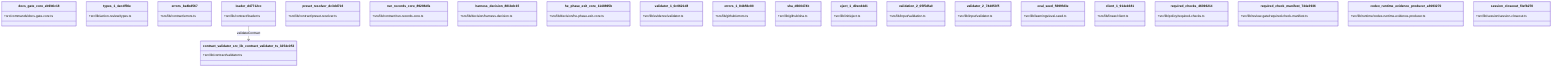
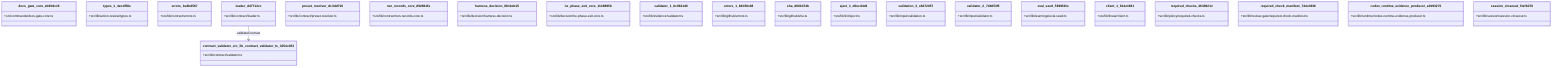
classDiagram
  class docs_gate_core_eb9b6c18 {
    +src/commands/docs-gate-core.ts
  }
  class types_1_4ecdf56e {
    +src/lib/action-review/types.ts
  }
  class errors_be4bd567 {
    +src/lib/contract/errors.ts
  }
  class loader_d47712cc {
    +src/lib/contract/loader.ts
  }
  class preset_resolver_dc3dd716 {
    +src/lib/contract/preset-resolver.ts
  }
  class run_records_core_89286dfa {
    +src/lib/contract/run-records-core.ts
  }
  class harness_decision_881bdc15 {
    +src/lib/decision/harness-decision.ts
  }
  class he_phase_exit_core_1148895b {
    +src/lib/decision/he-phase-exit-core.ts
  }
  class validator_1_0c0621d8 {
    +src/lib/evidence/validator.ts
  }
  class errors_1_84b56c88 {
    +src/lib/github/errors.ts
  }
  class sha_d600474b {
    +src/lib/github/sha.ts
  }
  class eject_1_d0ecd4d1 {
    +src/lib/init/eject.ts
  }
-   class validation_2_05f5dfa0 {
+   class validation_3_e8272057 {
    +src/lib/input/validation.ts
  }
  class validator_2_744853f5 {
    +src/lib/input/validator.ts
  }
  class eval_seed_5699fd3e {
    +src/lib/learnings/eval-seed.ts
  }
  class client_1_914e1681 {
    +src/lib/linear/client.ts
  }
  class required_checks_46396214 {
    +src/lib/policy/required-checks.ts
  }
  class required_check_manifest_744e3936 {
    +src/lib/review-gate/required-check-manifest.ts
  }
  class codex_runtime_evidence_producer_a9193270 {
    +src/lib/runtime/codex-runtime-evidence-producer.ts
  }
  class session_closeout_f3efb270 {
    +src/lib/session/session-closeout.ts
  }
  class contract_validator_src_lib_contract_validator_ts_3254c053 {
    +src/lib/contract/validator.ts
  }
  loader_d47712cc --> contract_validator_src_lib_contract_validator_ts_3254c053 : validateContract
